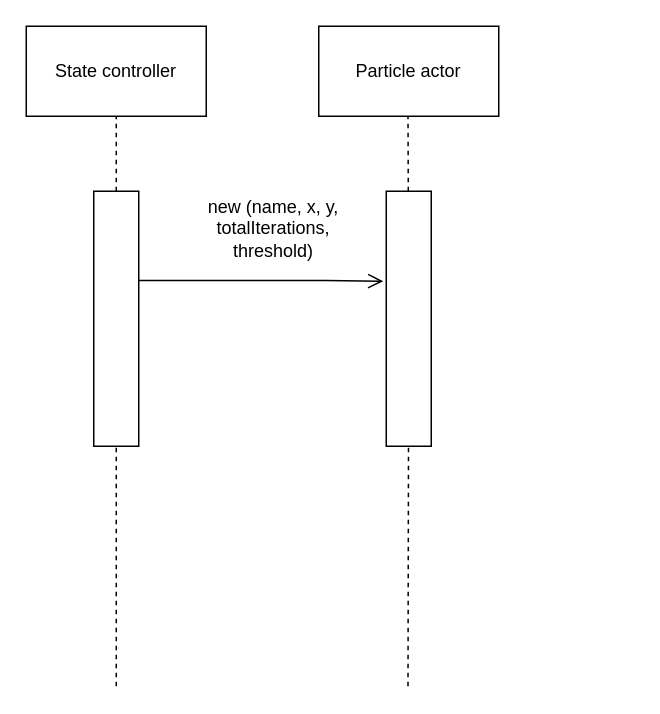
vanelopethecoder/som-basic keeps this draw.io diagram as spawningParticlesInteractionSeq.drawio. Above is the earlier version. Source tidied: cells renumbered, new cells numbered last; positions are measured from the earlier drawing's top-left corner, leaving out a move shared by most shapes. Both pictures are drawn from the tidied source at 150%, with x=0, y=0 at pixel (26, 26).
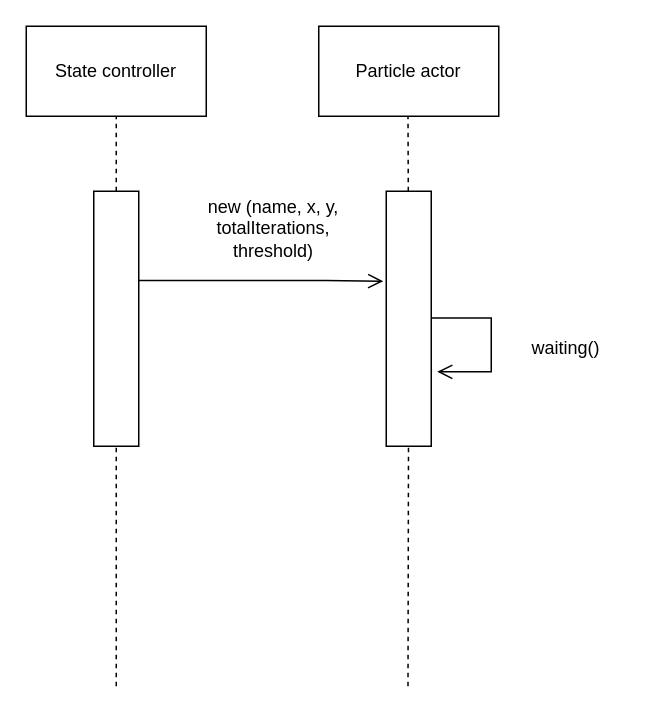
The same page after the edit.

The change refers to these unchanged cells:
```xml
<mxCell id="8" style="rounded=0;whiteSpace=wrap;html=1;" parent="1" vertex="1">
  <mxGeometry x="240" y="110" width="30" height="170" as="geometry" />
</mxCell>
```

Change to the diagram source:
```diff
@@
+    <mxCell id="12" style="edgeStyle=orthogonalEdgeStyle;html=1;verticalAlign=bottom;endArrow=open;endSize=8;strokeColor=#000000;rounded=0;exitX=0.952;exitY=0.619;exitDx=0;exitDy=0;exitPerimeter=0;entryX=1.133;entryY=0.708;entryDx=0;entryDy=0;entryPerimeter=0;" parent="1" edge="1" target="8">
+      <mxGeometry relative="1" as="geometry">
+        <mxPoint x="270" y="194.5" as="sourcePoint" />
+        <Array as="points">
+          <mxPoint x="310" y="195" />
+          <mxPoint x="310" y="230" />
+        </Array>
+      </mxGeometry>
+    </mxCell>
+    <mxCell id="13" value="waiting()" style="text;html=1;strokeColor=none;fillColor=none;align=center;verticalAlign=middle;whiteSpace=wrap;rounded=0;" parent="1" vertex="1">
+      <mxGeometry x="315" y="200" width="90" height="30" as="geometry" />
+    </mxCell>
```
